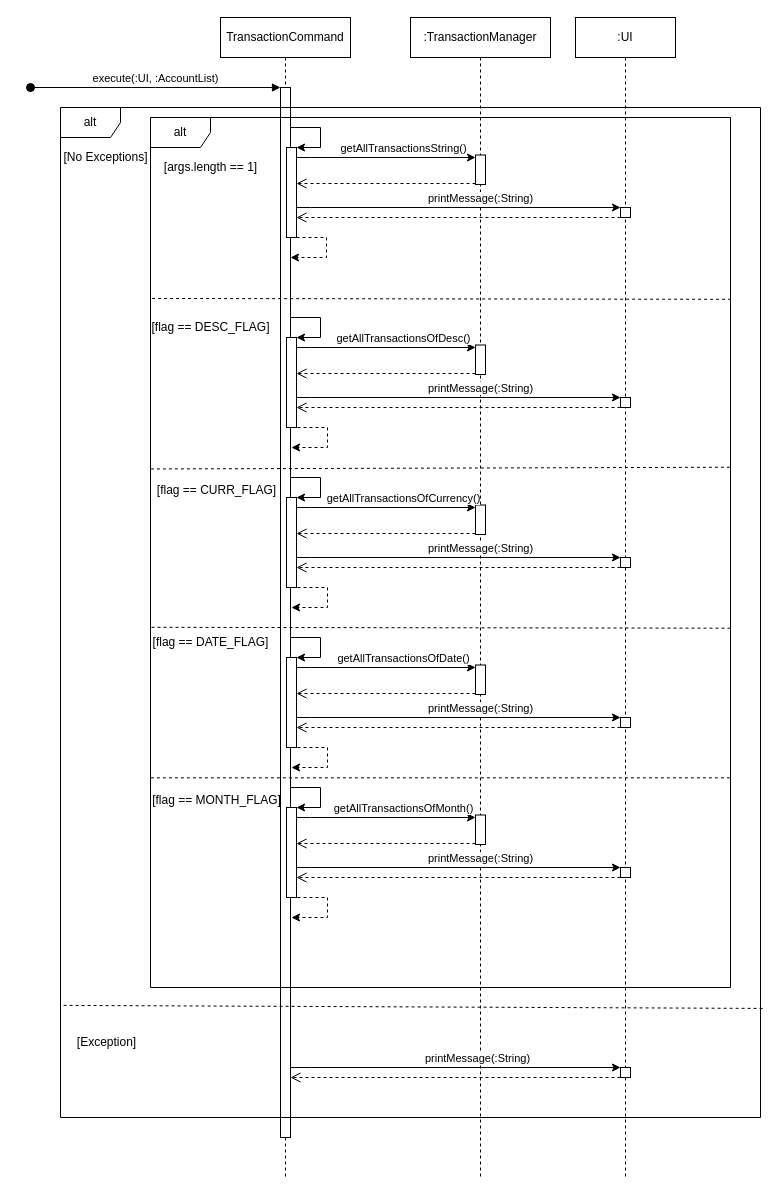
This is docs/diagrams/ShowTransactionsSeqDiagram.drawio from woowenjun99/tp, a draw.io file, before an edit. Source tidied: cells renumbered, new cells numbered last; positions are measured from the earlier drawing's top-left corner, leaving out a move shared by most shapes. Both pictures are drawn from the tidied source at 100%, with x=0, y=0 at pixel (30, 17).
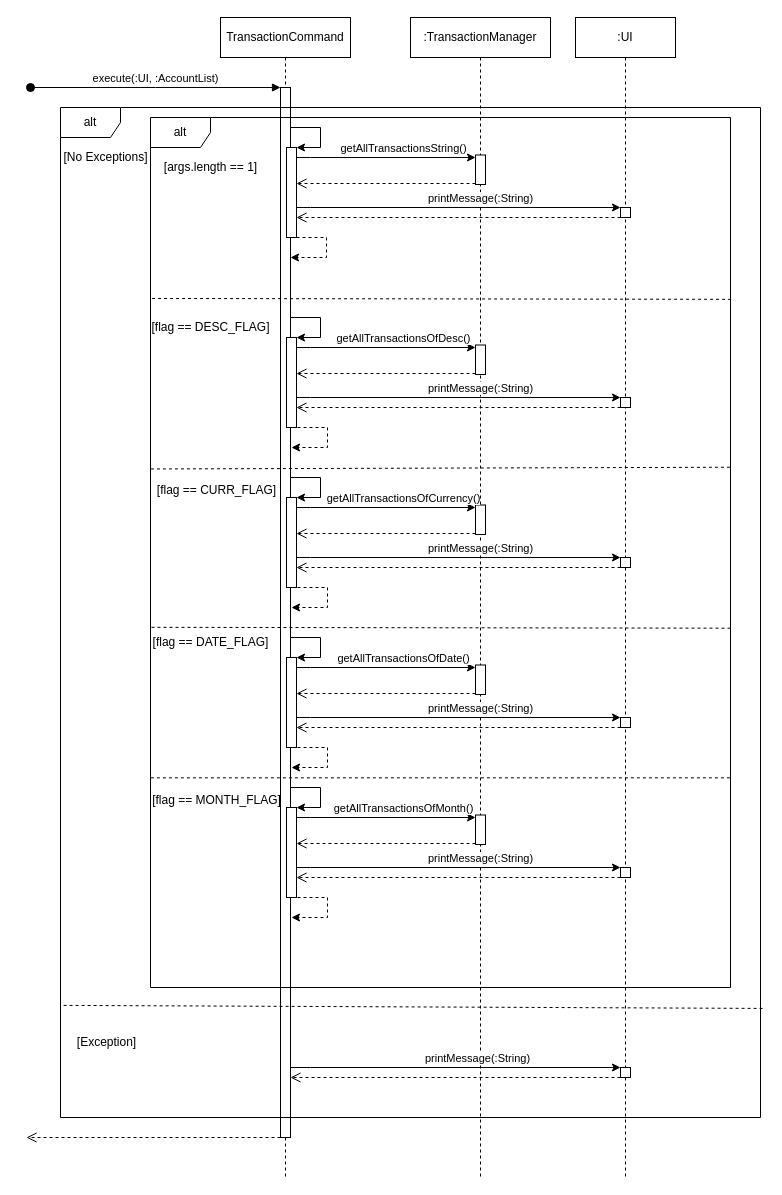
Above is the later version.

Commit message (it also covers changes not shown here):
Add return arrow for ShowTransactionSequenceDiagram

Change to the diagram source:
```diff
@@
+    <mxCell id="80" style="html=1;verticalAlign=bottom;endArrow=open;dashed=1;endSize=8;edgeStyle=elbowEdgeStyle;elbow=vertical;curved=0;rounded=0;" parent="1" edge="1">
+      <mxGeometry x="0.18" relative="1" as="geometry">
+        <mxPoint x="256" y="1120" as="sourcePoint" />
+        <mxPoint x="-4" y="1120" as="targetPoint" />
+        <Array as="points">
+          <mxPoint x="-4" y="1120" />
+          <mxPoint x="6" y="1130" />
+          <mxPoint x="26" y="1130" />
+          <mxPoint x="-34" y="1114" />
+        </Array>
+      </mxGeometry>
+    </mxCell>
```
